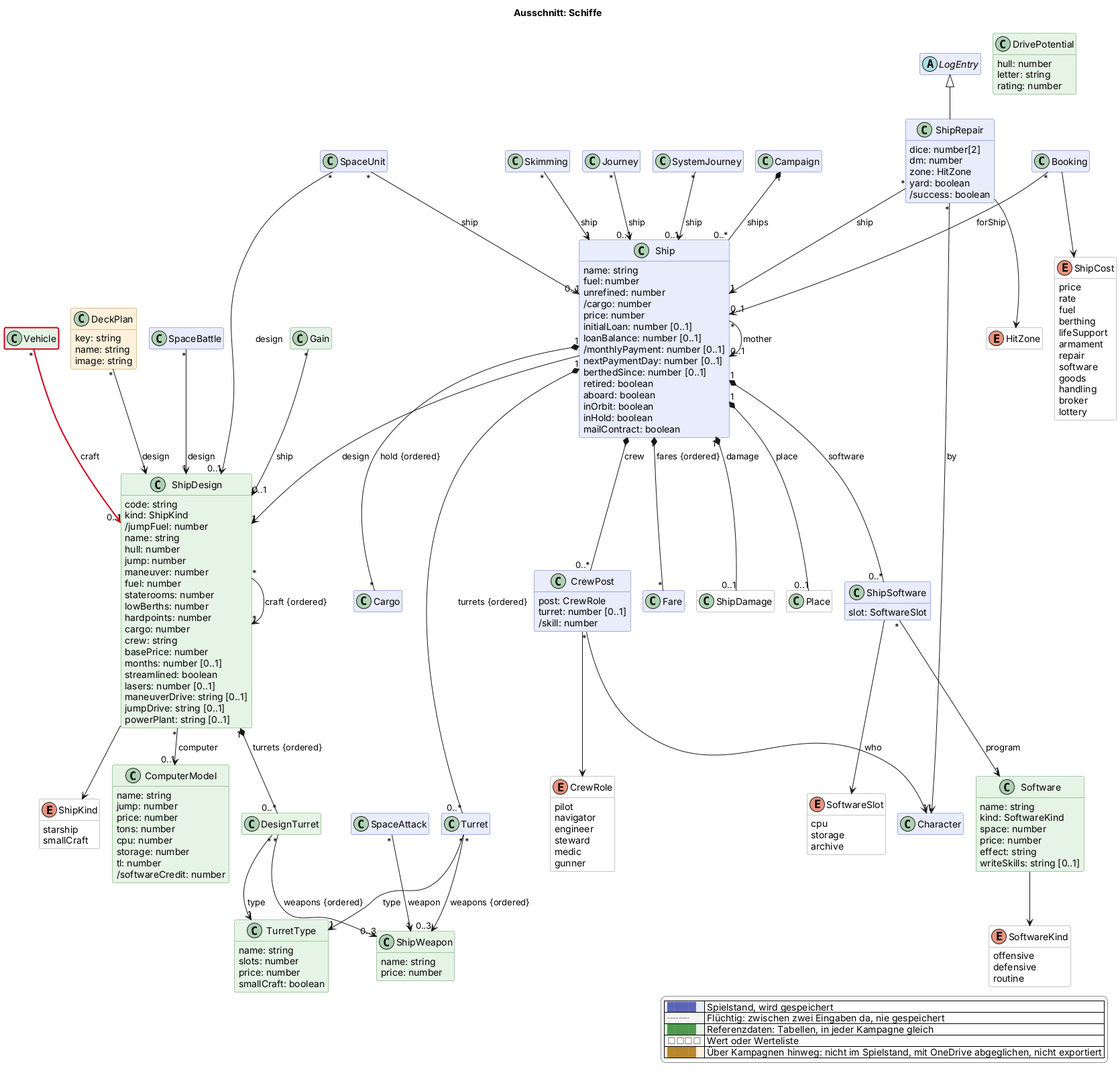
Before: docs/views/schiffe.png, a diagram exported from PlantUML (scuzzar/SRE). Its diagram source:
```plantuml
@startuml
!if %not(%variable_exists("$change"))
!$change = "*"
!endif
!function $marked($c)
!return $change == "*" || $change == $c
!endfunction
!function $new($c, $t)
!if $marked($c)
!return "<color:#d0021b><b>" + $t + "</b></color>"
!endif
!return $t
!endfunction
!procedure $gone($c, $t)
!if $marked($c)
<color:#d0021b><s>$t</s></color>
!endif
!endprocedure
!function $newClass($c)
!if $marked($c)
!return "#line:d0021b;line.bold"
!endif
!return ""
!endfunction
!function $newArrow($c)
!if $marked($c)
!return "[#d0021b,bold]"
!endif
!return ""
!endfunction
!function $goneArrow($c)
!if $marked($c)
!return "[#d0021b,dashed]"
!endif
!return ""
!endfunction
!pragma layout smetana
title Ausschnitt: Schiffe
hide empty members
hide methods
skinparam classAttributeIconSize 0
skinparam shadowing false
skinparam packageStyle rectangle
skinparam class {
  BackgroundColor #e8ecfb
  BorderColor #5b64b8
  BackgroundColor<<transient>> #f4f4f4
  BorderColor<<transient>> #8a8a8a
  BackgroundColor<<reference>> #e6f4e6
  BorderColor<<reference>> #4f9a4f
  BackgroundColor<<value>> #ffffff
  BorderColor<<value>> #8a8a8a
  BackgroundColor<<browser>> #fdf1dc
  BorderColor<<browser>> #b8862e
}
skinparam legendBackgroundColor #ffffff
skinparam legendBorderColor #8a8a8a
<style>
classDiagram {
  class {
    .transient {
      LineStyle 5-3
    }
  }
}
</style>
hide <<transient>> stereotype
hide <<reference>> stereotype
hide <<value>> stereotype
hide <<browser>> stereotype

  class Campaign $kampagne
  class Booking $shop
  class Character $charakter

  class Ship $schiffe {
    name: string
    fuel: number
    unrefined: number
    /cargo: number
    price: number
    initialLoan: number [0..1]
    loanBalance: number [0..1]
    /monthlyPayment: number [0..1]
    nextPaymentDay: number [0..1]
    berthedSince: number [0..1]
    retired: boolean
    aboard: boolean
    inOrbit: boolean
    inHold: boolean
    mailContract: boolean
  }
  enum ShipCost <<value>> $schiffe {
    price
    rate
    fuel
    berthing
    lifeSupport
    armament
    repair
    software
    goods
    handling
    broker
    lottery
  }
  class ShipSoftware $schiffe {
    slot: SoftwareSlot
  }
  enum SoftwareSlot <<value>> $schiffe {
    cpu
    storage
    archive
  }
  class CrewPost $schiffe {
    post: CrewRole
    turret: number [0..1]
    /skill: number
  }
  enum CrewRole <<value>> $schiffe {
    pilot
    navigator
    engineer
    steward
    medic
    gunner
  }
  class DrivePotential <<reference>> $schiffe {
    hull: number
    letter: string
    rating: number
  }
  class Turret $schiffe {
  }
  class DesignTurret <<reference>> $schiffe {
  }
  class TurretType <<reference>> $schiffe {
    name: string
    slots: number
    price: number
    smallCraft: boolean
  }
  class ShipWeapon <<reference>> $schiffe {
    name: string
    price: number
  }
  class ShipDesign <<reference>> $schiffe {
    code: string
    kind: ShipKind
    /jumpFuel: number
    name: string
    hull: number
    jump: number
    maneuver: number
    fuel: number
    staterooms: number
    lowBerths: number
    hardpoints: number
    cargo: number
    crew: string
    basePrice: number
    months: number [0..1]
    streamlined: boolean
    lasers: number [0..1]
    maneuverDrive: string [0..1]
    jumpDrive: string [0..1]
    powerPlant: string [0..1]
  }
  enum ShipKind <<value>> $schiffe {
    starship
    smallCraft
  }
  class ComputerModel <<reference>> $schiffe {
    name: string
    jump: number
    price: number
    tons: number
    cpu: number
    storage: number
    tl: number
    /softwareCredit: number
  }
  class Software <<reference>> $schiffe {
    name: string
    kind: SoftwareKind
    space: number
    price: number
    effect: string
    writeSkills: string [0..1]
  }
  enum SoftwareKind <<value>> $schiffe {
    offensive
    defensive
    routine
  }
  class DeckPlan <<browser>> $schiffe {
    key: string
    name: string
    image: string
  }

  class Cargo $handel
  class Fare $handel

  class Skimming $raum
  class ShipDamage <<value>> $raum
  enum HitZone <<value>> $raum
  class SpaceBattle $raum
  class SpaceAttack $raum
  class SpaceUnit $raum
  class ShipRepair $schiffe {
    dice: number[2]
    dm: number
    zone: HitZone
    yard: boolean
    /success: boolean
  }




  abstract class LogEntry $probe

  class Journey $reise
  class SystemJourney $reise


  class Gain <<reference>> $erschaffung
  class Place <<value>> $oberflaeche
  class Vehicle <<reference>> $logistik


Campaign "1" *-- "0..*" Ship : ships
Ship "*" --> "1" ShipDesign : design
Ship "1" *-- "0..*" ShipSoftware : software
Ship "1" *-- "0..1" Place : place
ShipSoftware "*" --> "1" Software : program
ShipSoftware --> SoftwareSlot
Ship "1" *-- "0..*" CrewPost : crew
CrewPost "*" --> "1" Character : who
CrewPost --> CrewRole
Ship "1" *-- "0..*" Turret : turrets {ordered}
Turret "*" --> "1" TurretType : type
Turret "*" --> "0..3" ShipWeapon : weapons {ordered}
ShipDesign "1" *-- "0..*" DesignTurret : turrets {ordered}
DesignTurret "*" --> "1" TurretType : type
DesignTurret "*" --> "0..3" ShipWeapon : weapons {ordered}
Software --> SoftwareKind
ShipDesign "*" --> "0..1" ComputerModel : computer
ShipDesign --> ShipKind
ShipDesign "*" --> "*" ShipDesign : craft {ordered}
Ship "*" --> "0..1" Ship : mother
Booking "*" --> "0..1" Ship : forShip

Ship "1" *-- "*" Cargo : hold {ordered}
Ship "1" *-- "*" Fare : fares {ordered}

SpaceUnit "*" --> "0..1" Ship : ship
SpaceUnit "*" --> "0..1" ShipDesign : design
Ship "1" *-- "0..1" ShipDamage : damage
SpaceBattle "*" --> "1" ShipDesign : design
SpaceAttack "*" --> "1" ShipWeapon : weapon
LogEntry <|-- ShipRepair
ShipRepair --> HitZone
ShipRepair "*" --> "1" Ship : ship
ShipRepair "*" --> "1" Character : by
Skimming "*" --> "1" Ship : ship
Gain "*" --> "0..1" ShipDesign : ship
DeckPlan "*" --> "1" ShipDesign : design

Journey "*" --> "0..1" Ship : ship
Booking --> ShipCost
SystemJourney "*" --> "0..1" Ship : ship



Vehicle "*" -$newArrow("2026-11-28b")-> "0..1" ShipDesign : craft









legend right
  |<#e8ecfb> <color:#5b64b8>████</color> | Spielstand, wird gespeichert |
  |<#f4f4f4> <color:#8a8a8a>╌╌╌╌</color> | Flüchtig: zwischen zwei Eingaben da, nie gespeichert |
  |<#e6f4e6> <color:#4f9a4f>████</color> | Referenzdaten: Tabellen, in jeder Kampagne gleich |
  |<#ffffff> <color:#8a8a8a>□□□□</color> | Wert oder Werteliste |
  |<#fdf1dc> <color:#b8862e>████</color> | Über Kampagnen hinweg: nicht im Spielstand, mit OneDrive abgeglichen, nicht exportiert |
endlegend
class Vehicle #line:d0021b;line.bold
@enduml
```
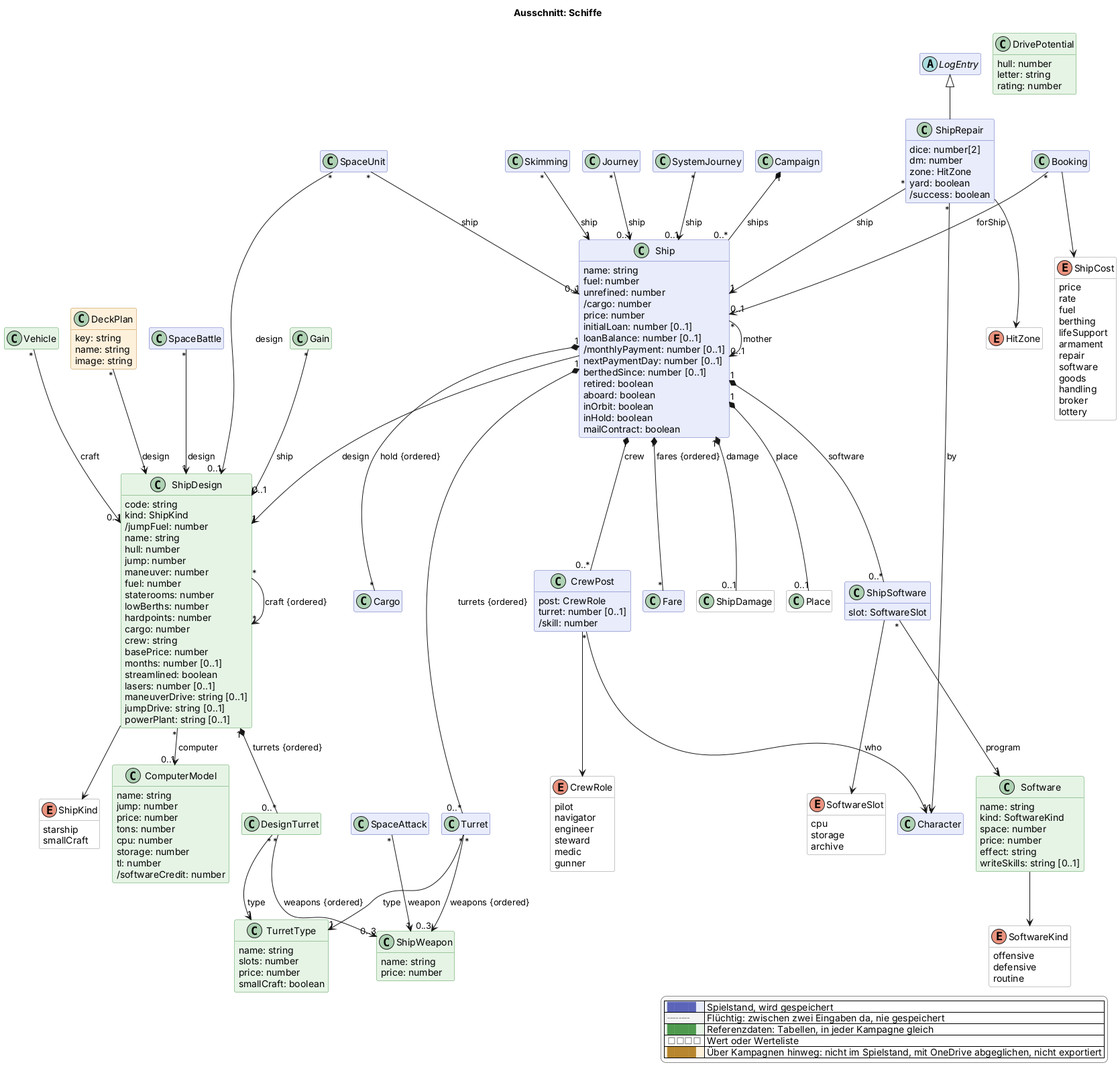
After the commit.

The edit, as a diff of the source:
```diff
@@ -274,7 +274,7 @@
 
 
 
-Vehicle "*" -$newArrow("2026-11-28b")-> "0..1" ShipDesign : craft
+Vehicle "*" --> "0..1" ShipDesign : craft
 
 
 
@@ -291,5 +291,4 @@
   |<#ffffff> <color:#8a8a8a>□□□□</color> | Wert oder Werteliste |
   |<#fdf1dc> <color:#b8862e>████</color> | Über Kampagnen hinweg: nicht im Spielstand, mit OneDrive abgeglichen, nicht exportiert |
 endlegend
-class Vehicle #line:d0021b;line.bold
 @enduml
```
